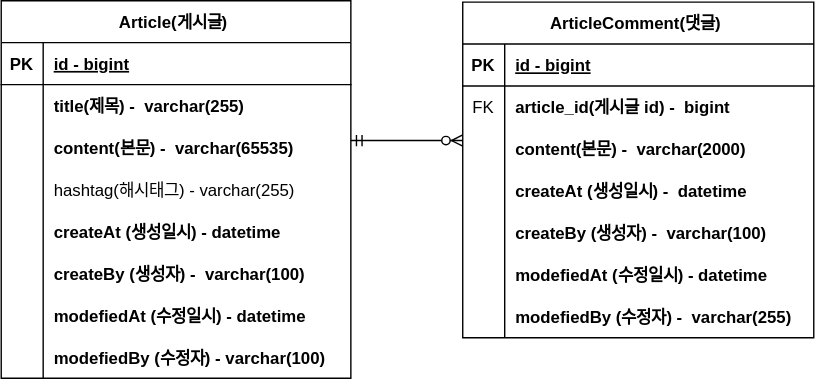
tagi23/board-project keeps this draw.io diagram as document/project-board-ERD.drawio.svg. Above is the earlier version. Source tidied: cells renumbered, new cells last; positions are measured from the earlier drawing's top-left corner, leaving out a move shared by most shapes.
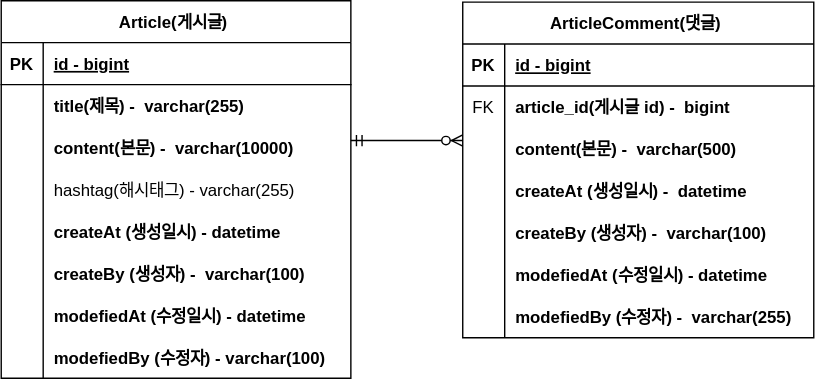
Later version of the same file.

Commit message:
#12 - erd 업데이트: content 사이즈 변경

What changed in the source:
```diff
@@ -29,7 +29,7 @@
     <mxCell id="10" style="shape=partialRectangle;overflow=hidden;fillColor=none;top=0;left=0;bottom=0;right=0;" parent="9" vertex="1">
       <mxGeometry width="30" height="30" as="geometry" />
     </mxCell>
-    <mxCell id="11" value="content(본문) -  varchar(65535)" style="shape=partialRectangle;overflow=hidden;fillColor=none;top=0;left=0;bottom=0;right=0;align=left;spacingLeft=6;fontStyle=1;" parent="9" vertex="1">
+    <mxCell id="11" value="content(본문) -  varchar(10000)" style="shape=partialRectangle;overflow=hidden;fillColor=none;top=0;left=0;bottom=0;right=0;align=left;spacingLeft=6;fontStyle=1;" parent="9" vertex="1">
       <mxGeometry x="30" width="220" height="30" as="geometry" />
     </mxCell>
     <mxCell id="12" style="shape=partialRectangle;fillColor=none;top=0;left=0;right=0;bottom=0;" parent="2" vertex="1">
@@ -104,7 +104,7 @@
     <mxCell id="35" style="shape=partialRectangle;overflow=hidden;fillColor=none;top=0;left=0;bottom=0;right=0;" parent="34" vertex="1">
       <mxGeometry width="30" height="30" as="geometry" />
     </mxCell>
-    <mxCell id="36" value="content(본문) -  varchar(2000)" style="shape=partialRectangle;overflow=hidden;fillColor=none;top=0;left=0;bottom=0;right=0;align=left;spacingLeft=6;fontStyle=1;" parent="34" vertex="1">
+    <mxCell id="36" value="content(본문) -  varchar(500)" style="shape=partialRectangle;overflow=hidden;fillColor=none;top=0;left=0;bottom=0;right=0;align=left;spacingLeft=6;fontStyle=1;" parent="34" vertex="1">
       <mxGeometry x="30" width="221" height="30" as="geometry" />
     </mxCell>
     <mxCell id="37" style="shape=partialRectangle;fillColor=none;top=0;left=0;right=0;bottom=0;" parent="27" vertex="1">
```
